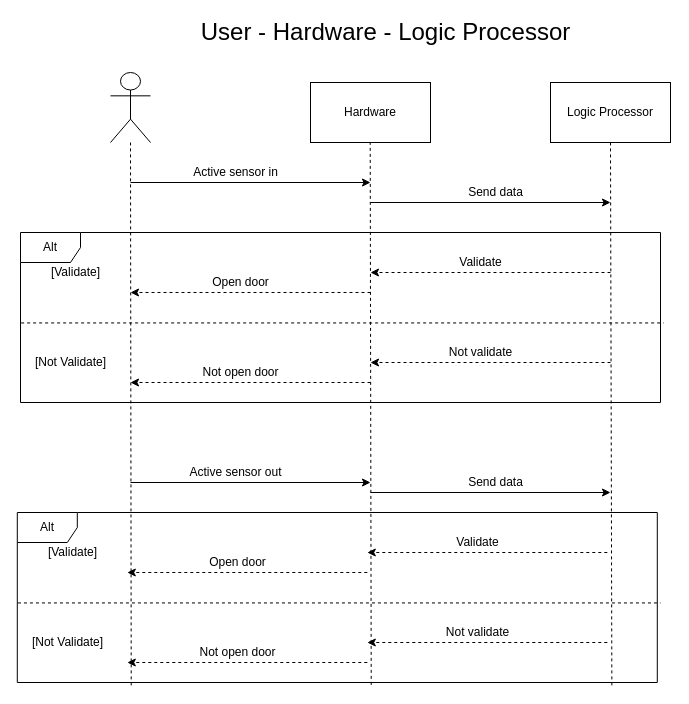
Before: Hardware-User.drawio in nmhieu054/MeowbiteR, a draw.io diagram. Source tidied: cells renumbered, new cells numbered last; positions are measured from the earlier drawing's top-left corner, leaving out a move shared by most shapes. Both pictures are drawn from the tidied source at 100%, with x=0, y=0 at pixel (17, 17).
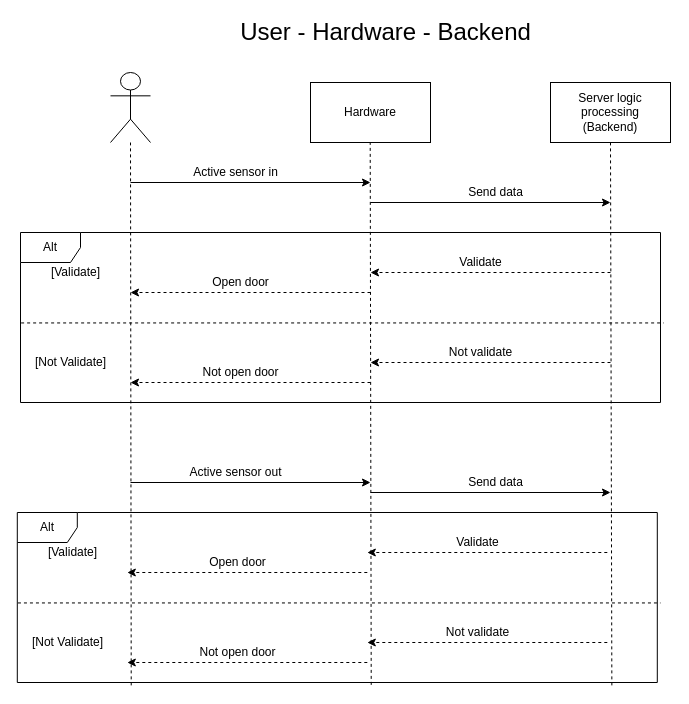
After the change.

Change to the diagram source:
```diff
@@
-    <mxCell id="3" value="Logic Processor" style="rounded=0;whiteSpace=wrap;html=1;" parent="1" vertex="1">
+    <mxCell id="3" value="Server logic processing&lt;br&gt;(Backend)" style="rounded=0;whiteSpace=wrap;html=1;" parent="1" vertex="1">
       <mxGeometry x="533" y="65" width="120" height="60" as="geometry" />
     </mxCell>
@@
-    <mxCell id="40" value="User - Hardware - Logic Processor" style="text;html=1;align=center;verticalAlign=middle;fontSize=24;" parent="1" vertex="1">
-      <mxGeometry x="178" width="380" height="30" as="geometry" />
+    <mxCell id="40" value="User - Hardware - Backend" style="text;html=1;align=center;verticalAlign=middle;fontSize=24;" parent="1" vertex="1">
+      <mxGeometry x="213" width="310" height="30" as="geometry" />
     </mxCell>
```
